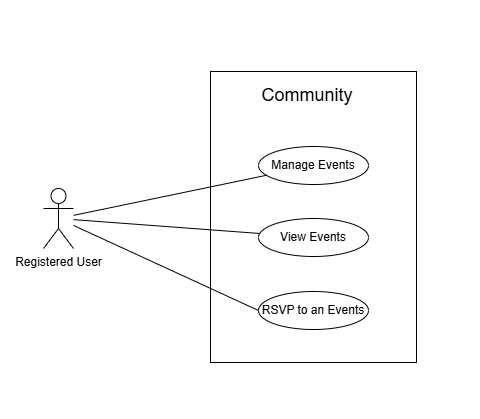
Earlier version of the draw.io export docs/diagrams/uc-events.png (COS301-SE-2026/Boardwise). Source tidied: cells renumbered, new cells last; positions are measured from the earlier drawing's top-left corner, leaving out a move shared by most shapes.
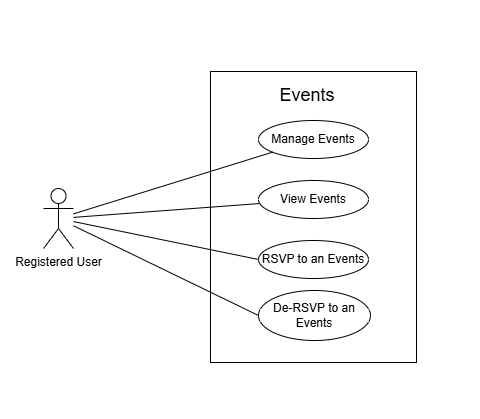
The same diagram one commit later.

What changed in the source:
```diff
@@ -2,44 +2,53 @@
   <root>
     <mxCell id="0" />
     <mxCell id="1" parent="0" />
-    <mxCell id="2" style="rounded=0;whiteSpace=wrap;html=1;strokeColor=none;" parent="1" vertex="1">
-      <mxGeometry width="480" height="419" as="geometry" />
-    </mxCell>
+    <mxCell id="15" style="rounded=0;whiteSpace=wrap;html=1;strokeColor=none;" parent="1" vertex="1">
+      <mxGeometry width="480" height="419" as="geometry" />
+    </mxCell>
     <mxCell id="3" value="Registered User" style="shape=umlActor;verticalLabelPosition=bottom;verticalAlign=top;html=1;outlineConnect=0;" parent="1" vertex="1">
       <mxGeometry x="43" y="188" width="30" height="60" as="geometry" />
     </mxCell>
-    <mxCell id="4" style="rounded=0;whiteSpace=wrap;html=1;" parent="1" vertex="1">
-      <mxGeometry x="210" y="71" width="206" height="291" as="geometry" />
-    </mxCell>
+    <mxCell id="16" style="rounded=0;whiteSpace=wrap;html=1;" parent="1" vertex="1">
+      <mxGeometry x="210" y="71" width="206" height="291" as="geometry" />
+    </mxCell>
     <mxCell id="5" style="endArrow=none;html=1;rounded=0;fontSize=12;startSize=8;endSize=8;curved=1;" parent="1" edge="1" source="3" target="7">
       <mxGeometry relative="1" as="geometry" />
     </mxCell>
-    <mxCell id="6" style="group;" parent="1" vertex="1">
-      <mxGeometry x="258" y="218" width="110" height="38" as="geometry" />
-    </mxCell>
+    <mxCell id="17" style="group;" parent="1" vertex="1">
+      <mxGeometry x="258" y="180" width="110" height="38" as="geometry" />
+    </mxCell>
-    <mxCell id="7" value="View Events" style="ellipse;whiteSpace=wrap;html=1;" parent="6" vertex="1">
+    <mxCell id="7" value="View Events" style="ellipse;whiteSpace=wrap;html=1;" parent="17" vertex="1">
       <mxGeometry width="110" height="38" as="geometry" />
     </mxCell>
-    <mxCell id="8" style="group;" parent="1" vertex="1">
-      <mxGeometry x="258" y="146" width="110" height="38" as="geometry" />
-    </mxCell>
+    <mxCell id="18" style="group;" parent="1" vertex="1">
+      <mxGeometry x="258" y="120" width="110" height="38" as="geometry" />
+    </mxCell>
-    <mxCell id="9" value="Manage Events" style="ellipse;whiteSpace=wrap;html=1;" parent="8" vertex="1">
+    <mxCell id="9" value="Manage Events" style="ellipse;whiteSpace=wrap;html=1;" parent="18" vertex="1">
       <mxGeometry width="110" height="38" as="geometry" />
     </mxCell>
-    <mxCell id="10" style="endArrow=none;html=1;rounded=0;fontSize=12;startSize=8;endSize=8;curved=1;" parent="8" edge="1" source="3" target="9">
-      <mxGeometry relative="1" as="geometry" />
-    </mxCell>
-    <mxCell id="11" style="group;" parent="1" vertex="1">
-      <mxGeometry x="258" y="291" width="110" height="38" as="geometry" />
-    </mxCell>
+    <mxCell id="19" style="group;" parent="1" vertex="1">
+      <mxGeometry x="258" y="240" width="110" height="38" as="geometry" />
+    </mxCell>
-    <mxCell id="12" value="RSVP to an Events" style="ellipse;whiteSpace=wrap;html=1;" parent="11" vertex="1">
+    <mxCell id="12" value="RSVP to an Events" style="ellipse;whiteSpace=wrap;html=1;" parent="19" vertex="1">
       <mxGeometry width="110" height="38" as="geometry" />
     </mxCell>
     <mxCell id="13" style="endArrow=none;html=1;rounded=0;fontSize=12;startSize=8;endSize=8;curved=1;entryX=0;entryY=0.5;entryDx=0;entryDy=0;" parent="1" edge="1" source="3" target="12">
       <mxGeometry relative="1" as="geometry" />
     </mxCell>
-    <mxCell id="14" value="Community" style="text;html=1;whiteSpace=wrap;strokeColor=none;fillColor=none;align=center;verticalAlign=middle;rounded=0;fontSize=18;" parent="1" vertex="1">
-      <mxGeometry x="254" y="80" width="106" height="30" as="geometry" />
-    </mxCell>
+    <mxCell id="20" value="Events" style="text;html=1;whiteSpace=wrap;strokeColor=none;fillColor=none;align=center;verticalAlign=middle;rounded=0;fontSize=18;" parent="1" vertex="1">
+      <mxGeometry x="254" y="80" width="106" height="30" as="geometry" />
+    </mxCell>
+    <mxCell id="10" style="endArrow=none;html=1;rounded=0;fontSize=12;startSize=8;endSize=8;curved=1;" parent="1" edge="1" source="3" target="9">
+      <mxGeometry relative="1" as="geometry" />
+    </mxCell>
+    <mxCell id="21" style="group;" parent="1" vertex="1">
+      <mxGeometry x="258" y="290" width="112" height="50" as="geometry" />
+    </mxCell>
+    <mxCell id="22" value="De-RSVP to an Events" style="ellipse;whiteSpace=wrap;html=1;" parent="21" vertex="1">
+      <mxGeometry width="112" height="50" as="geometry" />
+    </mxCell>
+    <mxCell id="23" style="endArrow=none;html=1;rounded=0;fontSize=12;startSize=8;endSize=8;curved=1;entryX=0;entryY=0.5;entryDx=0;entryDy=0;" parent="1" edge="1" source="3" target="22">
+      <mxGeometry relative="1" as="geometry" />
+    </mxCell>
   </root>
 </mxGraphModel>
```
